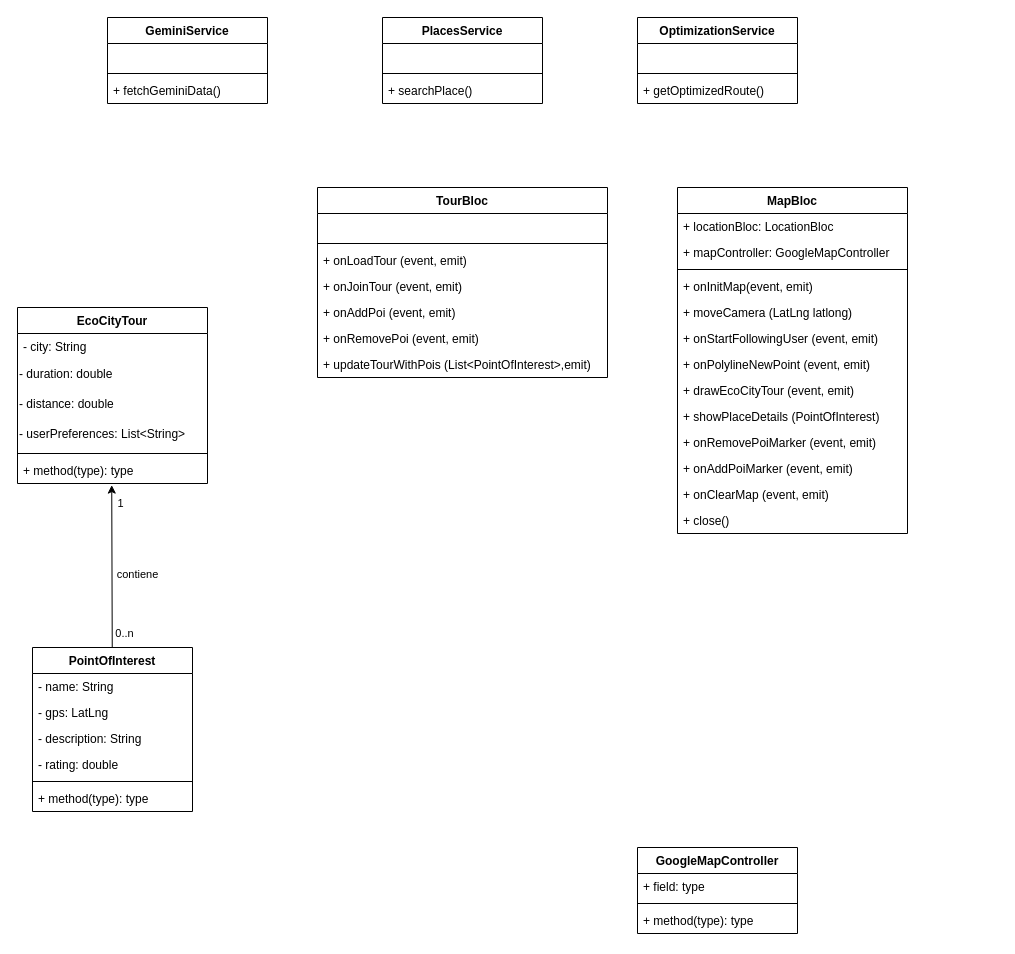
fps1001/TFGII_FPisot keeps this draw.io diagram as project-docs/memoriaTFGII_FPisot/diagrams/clases.drawio. Above is the earlier version. Source tidied: cells renumbered, new cells numbered last; positions are measured from the earlier drawing's top-left corner, leaving out a move shared by most shapes. Both pictures are drawn from the tidied source at 100%, with x=0, y=0 at pixel (17, 17).
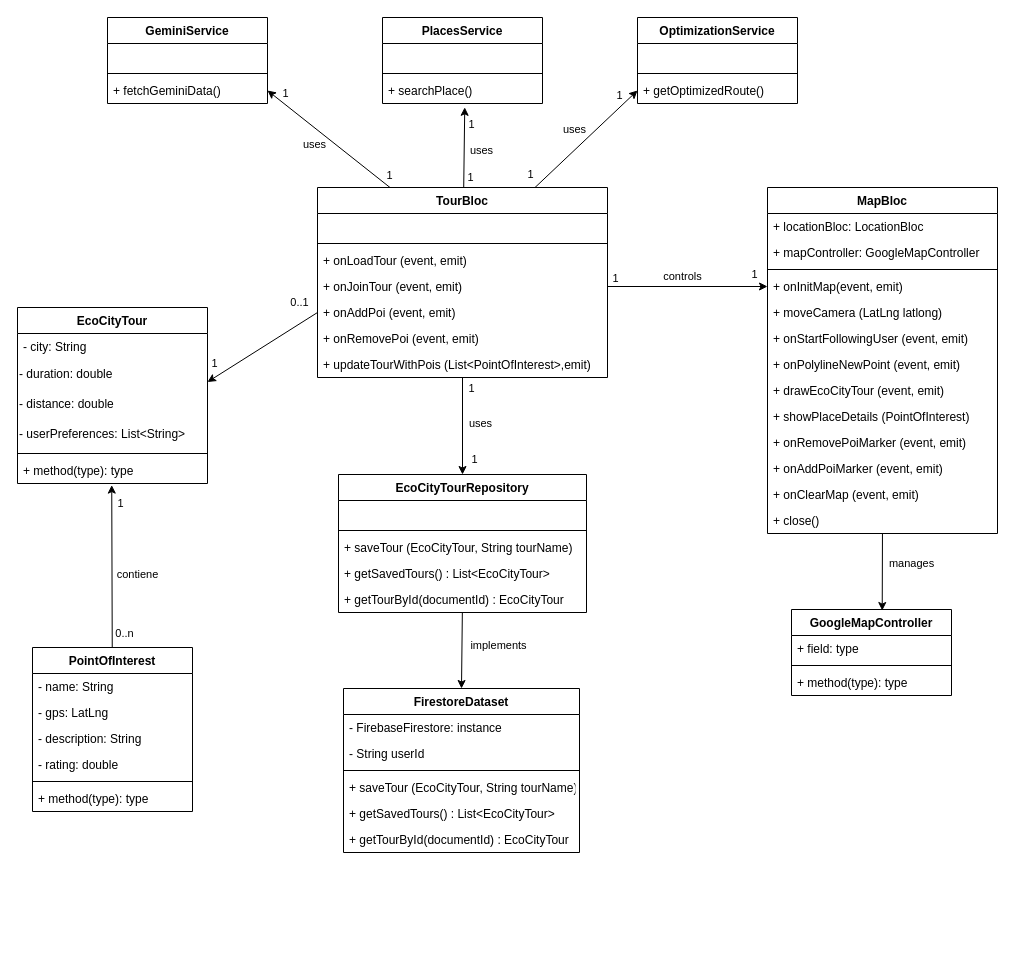
Above is the later version.

Commit message (it also covers changes not shown here):
#58 Modificación en diagramas de CU y Clases

Unchanged cells that the change refers to:
```xml
<mxCell id="2" value="TourBloc" style="swimlane;fontStyle=1;align=center;verticalAlign=top;horizontal=1;startSize=26;" parent="1" vertex="1">
  <mxGeometry x="300" y="170" width="290" height="190" as="geometry" />
</mxCell>
<mxCell id="6" value="+ onJoinTour (event, emit)" style="text;strokeColor=none;fillColor=none;align=left;verticalAlign=top;spacingLeft=4;spacingRight=4;overflow=hidden;points=[[0,0.5],[1,0.5]];portConstraint=eastwest;" parent="2" vertex="1">
  <mxGeometry y="86" width="290" height="26" as="geometry" />
</mxCell>
<mxCell id="7" value="+ onAddPoi (event, emit)" style="text;strokeColor=none;fillColor=none;align=left;verticalAlign=top;spacingLeft=4;spacingRight=4;overflow=hidden;points=[[0,0.5],[1,0.5]];portConstraint=eastwest;" parent="2" vertex="1">
  <mxGeometry y="112" width="290" height="26" as="geometry" />
</mxCell>
<mxCell id="9" value="+ updateTourWithPois (List&lt;PointOfInterest&gt;,emit)" style="text;strokeColor=none;fillColor=none;align=left;verticalAlign=top;spacingLeft=4;spacingRight=4;overflow=hidden;points=[[0,0.5],[1,0.5]];portConstraint=eastwest;" parent="2" vertex="1">
  <mxGeometry y="164" width="290" height="26" as="geometry" />
</mxCell>
<mxCell id="12" value="- duration: double" style="text;html=1;strokeColor=none;fillColor=none;align=left;verticalAlign=middle;whiteSpace=wrap;rounded=0;" parent="10" vertex="1">
  <mxGeometry y="52" width="190" height="30" as="geometry" />
</mxCell>
<mxCell id="32" value="+ onInitMap(event, emit)" style="text;strokeColor=none;fillColor=none;align=left;verticalAlign=top;spacingLeft=4;spacingRight=4;overflow=hidden;points=[[0,0.5],[1,0.5]];portConstraint=eastwest;" parent="28" vertex="1">
  <mxGeometry y="86" width="230" height="26" as="geometry" />
</mxCell>
<mxCell id="41" value="+ close()" style="text;strokeColor=none;fillColor=none;align=left;verticalAlign=top;spacingLeft=4;spacingRight=4;overflow=hidden;points=[[0,0.5],[1,0.5]];portConstraint=eastwest;" parent="28" vertex="1">
  <mxGeometry y="320" width="230" height="26" as="geometry" />
</mxCell>
<mxCell id="45" value="+ fetchGeminiData()" style="text;strokeColor=none;fillColor=none;align=left;verticalAlign=top;spacingLeft=4;spacingRight=4;overflow=hidden;points=[[0,0.5],[1,0.5]];portConstraint=eastwest;" parent="42" vertex="1">
  <mxGeometry y="60" width="160" height="26" as="geometry" />
</mxCell>
<mxCell id="49" value="+ searchPlace()" style="text;strokeColor=none;fillColor=none;align=left;verticalAlign=top;spacingLeft=4;spacingRight=4;overflow=hidden;points=[[0,0.5],[1,0.5]];portConstraint=eastwest;" parent="46" vertex="1">
  <mxGeometry y="60" width="160" height="26" as="geometry" />
</mxCell>
<mxCell id="57" value="+ getOptimizedRoute()" style="text;strokeColor=none;fillColor=none;align=left;verticalAlign=top;spacingLeft=4;spacingRight=4;overflow=hidden;points=[[0,0.5],[1,0.5]];portConstraint=eastwest;" parent="54" vertex="1">
  <mxGeometry y="60" width="160" height="26" as="geometry" />
</mxCell>
```

Change to the diagram source:
```diff
@@
+    <mxCell id="58" style="edgeStyle=none;html=1;exitX=0.25;exitY=0;exitDx=0;exitDy=0;entryX=1;entryY=0.5;entryDx=0;entryDy=0;" parent="1" edge="1" source="2" target="45">
+      <mxGeometry relative="1" as="geometry" />
+    </mxCell>
+    <mxCell id="59" value="uses" style="edgeLabel;html=1;align=center;verticalAlign=middle;" parent="58" vertex="1">
+      <mxGeometry x="0.28" y="-2" relative="1" as="geometry">
+        <mxPoint x="1" y="20" as="offset" />
+      </mxGeometry>
+    </mxCell>
+    <mxCell id="60" value="1" style="edgeLabel;html=1;align=center;verticalAlign=middle;" parent="58" vertex="1">
+      <mxGeometry x="-0.84" y="1" relative="1" as="geometry">
+        <mxPoint x="10" y="-5" as="offset" />
+      </mxGeometry>
+    </mxCell>
+    <mxCell id="61" value="1" style="edgeLabel;html=1;align=center;verticalAlign=middle;" parent="58" vertex="1">
+      <mxGeometry x="0.8" y="1" relative="1" as="geometry">
+        <mxPoint x="6" y="-8" as="offset" />
+      </mxGeometry>
+    </mxCell>
+    <mxCell id="62" style="edgeStyle=none;html=1;entryX=0.514;entryY=1.147;entryDx=0;entryDy=0;entryPerimeter=0;" parent="1" edge="1" source="2" target="49">
+      <mxGeometry relative="1" as="geometry" />
+    </mxCell>
+    <mxCell id="63" value="uses" style="edgeLabel;html=1;align=center;verticalAlign=middle;" parent="62" vertex="1">
+      <mxGeometry x="-0.41" y="-4" relative="1" as="geometry">
+        <mxPoint x="13" y="-14" as="offset" />
+      </mxGeometry>
+    </mxCell>
+    <mxCell id="64" value="1" style="edgeLabel;html=1;align=center;verticalAlign=middle;" parent="62" vertex="1">
+      <mxGeometry x="0.68" relative="1" as="geometry">
+        <mxPoint x="6" y="3" as="offset" />
+      </mxGeometry>
+    </mxCell>
+    <mxCell id="65" value="1" style="edgeLabel;html=1;align=center;verticalAlign=middle;" parent="62" vertex="1">
+      <mxGeometry x="-0.81" relative="1" as="geometry">
+        <mxPoint x="6" y="-3" as="offset" />
+      </mxGeometry>
+    </mxCell>
@@
     <mxCell id="28" value="MapBloc" style="swimlane;fontStyle=1;align=center;verticalAlign=top;horizontal=1;startSize=26;" parent="1" vertex="1">
-      <mxGeometry x="660" y="170" width="230" height="346" as="geometry" />
+      <mxGeometry x="750" y="170" width="230" height="346" as="geometry" />
     </mxCell>
@@
     <mxCell id="50" value="GoogleMapController" style="swimlane;fontStyle=1;align=center;verticalAlign=top;horizontal=1;startSize=26;" parent="1" vertex="1">
-      <mxGeometry x="620" y="830" width="160" height="86" as="geometry" />
+      <mxGeometry x="774" y="592" width="160" height="86" as="geometry" />
     </mxCell>
@@
+    <mxCell id="66" style="edgeStyle=none;html=1;entryX=0;entryY=0.5;entryDx=0;entryDy=0;exitX=0.75;exitY=0;exitDx=0;exitDy=0;" parent="1" edge="1" source="2" target="57">
+      <mxGeometry relative="1" as="geometry" />
+    </mxCell>
+    <mxCell id="67" value="uses" style="edgeLabel;html=1;align=center;verticalAlign=middle;" parent="66" vertex="1">
+      <mxGeometry x="0.2" y="4" relative="1" as="geometry">
+        <mxPoint x="-20" y="3" as="offset" />
+      </mxGeometry>
+    </mxCell>
+    <mxCell id="68" value="1" style="edgeLabel;html=1;align=center;verticalAlign=middle;" parent="66" vertex="1">
+      <mxGeometry x="0.72" relative="1" as="geometry">
+        <mxPoint x="-4" y="-9" as="offset" />
+      </mxGeometry>
+    </mxCell>
+    <mxCell id="69" value="1" style="edgeLabel;html=1;align=center;verticalAlign=middle;" parent="66" vertex="1">
+      <mxGeometry x="-0.85" y="1" relative="1" as="geometry">
+        <mxPoint x="-12" y="-5" as="offset" />
+      </mxGeometry>
+    </mxCell>
+    <mxCell id="70" style="edgeStyle=none;html=1;entryX=0;entryY=0.5;entryDx=0;entryDy=0;" parent="1" edge="1" source="6" target="32">
+      <mxGeometry relative="1" as="geometry" />
+    </mxCell>
+    <mxCell id="71" value="controls" style="edgeLabel;html=1;align=center;verticalAlign=middle;" parent="70" vertex="1">
+      <mxGeometry x="-0.27" y="-3" relative="1" as="geometry">
+        <mxPoint x="16" y="-14" as="offset" />
+      </mxGeometry>
+    </mxCell>
+    <mxCell id="72" value="1" style="edgeLabel;html=1;align=center;verticalAlign=middle;" parent="70" vertex="1">
+      <mxGeometry x="0.81" y="-1" relative="1" as="geometry">
+        <mxPoint x="1" y="-14" as="offset" />
+      </mxGeometry>
+    </mxCell>
+    <mxCell id="73" value="1" style="edgeLabel;html=1;align=center;verticalAlign=middle;" parent="70" vertex="1">
+      <mxGeometry x="-0.91" y="1" relative="1" as="geometry">
+        <mxPoint y="-8" as="offset" />
+      </mxGeometry>
+    </mxCell>
+    <mxCell id="74" value="EcoCityTourRepository" style="swimlane;fontStyle=1;align=center;verticalAlign=top;horizontal=1;startSize=26;" parent="1" vertex="1">
+      <mxGeometry x="321" y="457" width="248" height="138" as="geometry" />
+    </mxCell>
+    <mxCell id="75" value=" " style="text;strokeColor=none;fillColor=none;align=left;verticalAlign=top;spacingLeft=4;spacingRight=4;overflow=hidden;" parent="74" vertex="1">
+      <mxGeometry y="26" width="248" height="26" as="geometry" />
+    </mxCell>
+    <mxCell id="76" style="line;strokeWidth=1;fillColor=none;align=left;verticalAlign=middle;spacingTop=-1;spacingLeft=3;spacingRight=3;labelPosition=right;strokeColor=inherit;" parent="74" vertex="1">
+      <mxGeometry y="52" width="248" height="8" as="geometry" />
+    </mxCell>
+    <mxCell id="77" value="+ saveTour (EcoCityTour, String tourName)" style="text;strokeColor=none;fillColor=none;align=left;verticalAlign=top;spacingLeft=4;spacingRight=4;overflow=hidden;" parent="74" vertex="1">
+      <mxGeometry y="60" width="248" height="26" as="geometry" />
+    </mxCell>
+    <mxCell id="78" value="+ getSavedTours() : List&lt;EcoCityTour&gt;" style="text;strokeColor=none;fillColor=none;align=left;verticalAlign=top;spacingLeft=4;spacingRight=4;overflow=hidden;" parent="74" vertex="1">
+      <mxGeometry y="86" width="248" height="26" as="geometry" />
+    </mxCell>
+    <mxCell id="79" value="+ getTourById(documentId) : EcoCityTour" style="text;strokeColor=none;fillColor=none;align=left;verticalAlign=top;spacingLeft=4;spacingRight=4;overflow=hidden;points=[[0,0.5],[1,0.5]];portConstraint=eastwest;" parent="74" vertex="1">
+      <mxGeometry y="112" width="248" height="26" as="geometry" />
+    </mxCell>
+    <mxCell id="80" style="edgeStyle=none;html=1;entryX=0.5;entryY=0;entryDx=0;entryDy=0;" parent="1" edge="1" source="9" target="74">
+      <mxGeometry relative="1" as="geometry" />
+    </mxCell>
+    <mxCell id="81" value="uses" style="edgeLabel;html=1;align=center;verticalAlign=middle;" parent="80" vertex="1">
+      <mxGeometry x="-0.33" y="3" relative="1" as="geometry">
+        <mxPoint x="14" y="13" as="offset" />
+      </mxGeometry>
+    </mxCell>
+    <mxCell id="82" value="1" style="edgeLabel;html=1;align=center;verticalAlign=middle;" parent="80" vertex="1">
+      <mxGeometry x="0.66" relative="1" as="geometry">
+        <mxPoint x="11" as="offset" />
+      </mxGeometry>
+    </mxCell>
+    <mxCell id="83" value="1" style="edgeLabel;html=1;align=center;verticalAlign=middle;" parent="80" vertex="1">
+      <mxGeometry x="-0.84" y="1" relative="1" as="geometry">
+        <mxPoint x="7" y="2" as="offset" />
+      </mxGeometry>
+    </mxCell>
+    <mxCell id="84" style="edgeStyle=none;html=1;entryX=1;entryY=0.75;entryDx=0;entryDy=0;exitX=0;exitY=0.5;exitDx=0;exitDy=0;" parent="1" edge="1" source="7" target="12">
+      <mxGeometry relative="1" as="geometry" />
+    </mxCell>
+    <mxCell id="85" value="1" style="edgeLabel;html=1;align=center;verticalAlign=middle;" parent="84" vertex="1">
+      <mxGeometry x="0.73" y="2" relative="1" as="geometry">
+        <mxPoint x="-9" y="-12" as="offset" />
+      </mxGeometry>
+    </mxCell>
+    <mxCell id="86" value="0..1" style="edgeLabel;html=1;align=center;verticalAlign=middle;" parent="84" vertex="1">
+      <mxGeometry x="-0.77" y="1" relative="1" as="geometry">
+        <mxPoint x="-6" y="-19" as="offset" />
+      </mxGeometry>
+    </mxCell>
+    <mxCell id="87" value="FirestoreDataset" style="swimlane;fontStyle=1;align=center;verticalAlign=top;horizontal=1;startSize=26;" parent="1" vertex="1">
+      <mxGeometry x="326" y="671" width="236" height="164" as="geometry" />
+    </mxCell>
+    <mxCell id="88" value="- FirebaseFirestore: instance" style="text;strokeColor=none;fillColor=none;align=left;verticalAlign=top;spacingLeft=4;spacingRight=4;overflow=hidden;" parent="87" vertex="1">
+      <mxGeometry y="26" width="236" height="26" as="geometry" />
+    </mxCell>
+    <mxCell id="89" value="- String userId" style="text;strokeColor=none;fillColor=none;align=left;verticalAlign=top;spacingLeft=4;spacingRight=4;overflow=hidden;" parent="87" vertex="1">
+      <mxGeometry y="52" width="236" height="26" as="geometry" />
+    </mxCell>
+    <mxCell id="90" style="line;strokeWidth=1;fillColor=none;align=left;verticalAlign=middle;spacingTop=-1;spacingLeft=3;spacingRight=3;labelPosition=right;strokeColor=inherit;" parent="87" vertex="1">
+      <mxGeometry y="78" width="236" height="8" as="geometry" />
+    </mxCell>
+    <mxCell id="91" value="+ saveTour (EcoCityTour, String tourName)" style="text;strokeColor=none;fillColor=none;align=left;verticalAlign=top;spacingLeft=4;spacingRight=4;overflow=hidden;" parent="87" vertex="1">
+      <mxGeometry y="86" width="236" height="26" as="geometry" />
+    </mxCell>
+    <mxCell id="92" value="+ getSavedTours() : List&lt;EcoCityTour&gt;" style="text;strokeColor=none;fillColor=none;align=left;verticalAlign=top;spacingLeft=4;spacingRight=4;overflow=hidden;" parent="87" vertex="1">
+      <mxGeometry y="112" width="236" height="26" as="geometry" />
+    </mxCell>
+    <mxCell id="93" value="+ getTourById(documentId) : EcoCityTour" style="text;strokeColor=none;fillColor=none;align=left;verticalAlign=top;spacingLeft=4;spacingRight=4;overflow=hidden;" parent="87" vertex="1">
+      <mxGeometry y="138" width="236" height="26" as="geometry" />
+    </mxCell>
+    <mxCell id="94" style="edgeStyle=none;html=1;entryX=0.5;entryY=0;entryDx=0;entryDy=0;" parent="1" edge="1" source="79" target="87">
+      <mxGeometry relative="1" as="geometry" />
+    </mxCell>
+    <mxCell id="95" value="implements" style="edgeLabel;html=1;align=center;verticalAlign=middle;" parent="94" vertex="1">
+      <mxGeometry x="-0.32" y="-1" relative="1" as="geometry">
+        <mxPoint x="37" y="7" as="offset" />
+      </mxGeometry>
+    </mxCell>
+    <mxCell id="96" style="edgeStyle=none;html=1;entryX=0.567;entryY=0.012;entryDx=0;entryDy=0;entryPerimeter=0;" parent="1" edge="1" source="41" target="50">
+      <mxGeometry relative="1" as="geometry" />
+    </mxCell>
+    <mxCell id="97" value="manages" style="edgeLabel;html=1;align=center;verticalAlign=middle;" parent="96" vertex="1">
+      <mxGeometry x="-0.31" y="1" relative="1" as="geometry">
+        <mxPoint x="28" y="2" as="offset" />
+      </mxGeometry>
+    </mxCell>
```
